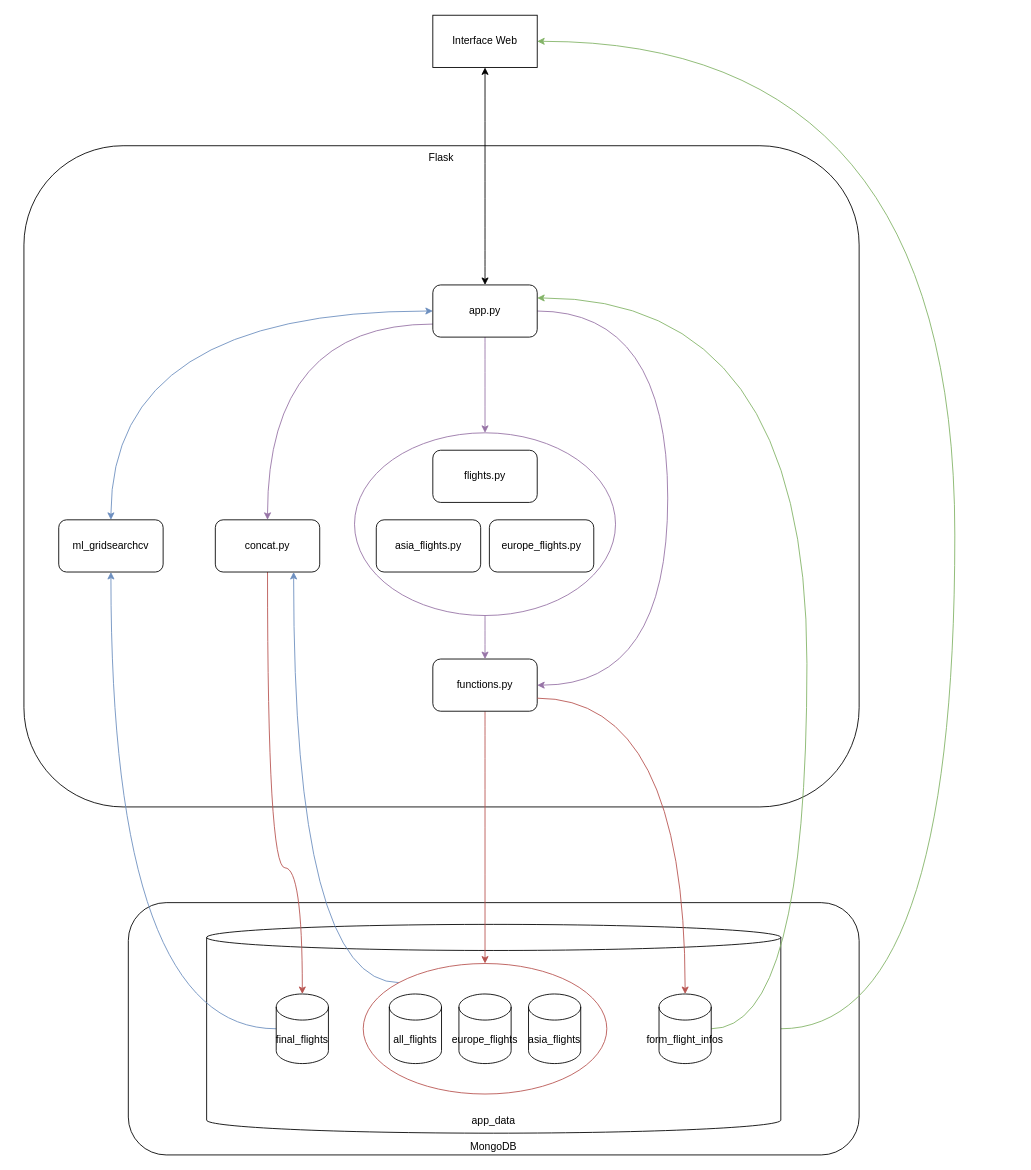
dstairlines24/DST_AIRLINES keeps this draw.io diagram as Diagramm/Architecture_Diagramm.drawio. Above is the earlier version. Source tidied: cells renumbered, new cells numbered last; positions are measured from the earlier drawing's top-left corner, leaving out a move shared by most shapes. Both pictures are drawn from the tidied source at 87%, with x=0, y=0 at pixel (23, 15).
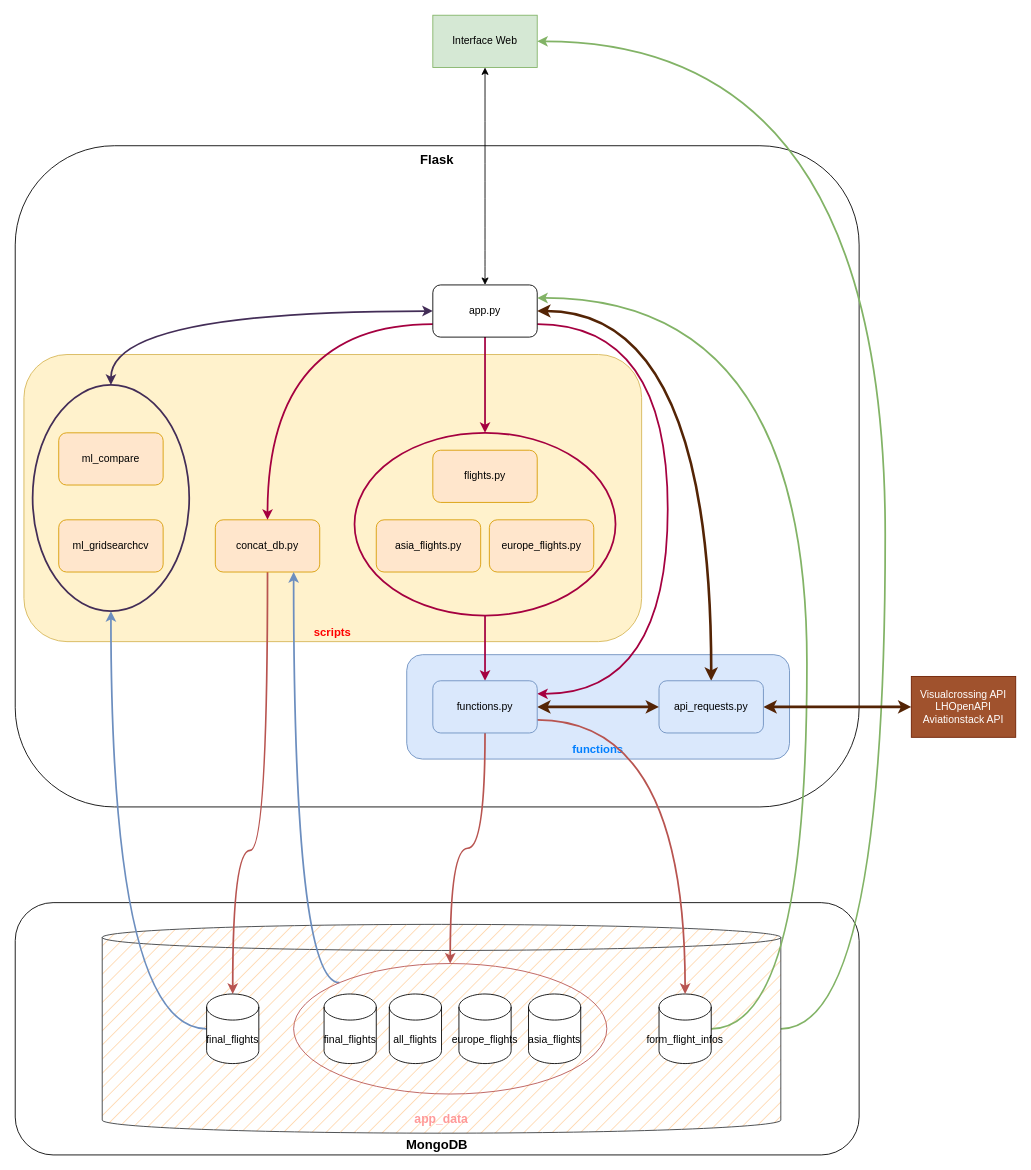
The same page after the edit.

Commit message:
modification diagram

Unchanged cells that the change refers to:
```xml
<mxCell id="13" value="app.py" style="rounded=1;whiteSpace=wrap;html=1;" parent="1" vertex="1">
  <mxGeometry x="470" y="310" width="120" height="60" as="geometry" />
</mxCell>
<mxCell id="19" value="form_flight_infos" style="shape=cylinder3;whiteSpace=wrap;html=1;boundedLbl=1;backgroundOutline=1;size=15;" parent="1" vertex="1">
  <mxGeometry x="730" y="1125" width="60" height="80" as="geometry" />
</mxCell>
```

The edit, as a diff of the source:
```diff
@@
-    <mxCell id="2" value="Flask" style="rounded=1;whiteSpace=wrap;html=1;verticalAlign=top;" parent="1" vertex="1">
-      <mxGeometry y="150" width="960" height="760" as="geometry" />
+    <mxCell id="2" value="&lt;font style=&quot;font-size: 15px;&quot;&gt;&lt;b&gt;Flask&lt;/b&gt;&lt;/font&gt;" style="rounded=1;whiteSpace=wrap;html=1;verticalAlign=top;" parent="1" vertex="1">
+      <mxGeometry x="-10" y="150" width="970" height="760" as="geometry" />
     </mxCell>
+    <mxCell id="34" value="&lt;b&gt;&lt;font style=&quot;font-size: 13px;&quot; color=&quot;#ff0000&quot;&gt;scripts&lt;/font&gt;&lt;/b&gt;" style="rounded=1;whiteSpace=wrap;html=1;fillColor=#fff2cc;strokeColor=#d6b656;verticalAlign=bottom;" parent="1" vertex="1">
+      <mxGeometry y="390" width="710" height="330" as="geometry" />
+    </mxCell>
+    <mxCell id="35" value="&lt;b&gt;&lt;font style=&quot;font-size: 13px;&quot; color=&quot;#007fff&quot;&gt;functions&lt;/font&gt;&lt;/b&gt;" style="rounded=1;whiteSpace=wrap;html=1;fillColor=#dae8fc;strokeColor=#6c8ebf;verticalAlign=bottom;" parent="1" vertex="1">
+      <mxGeometry x="440" y="735" width="440" height="120" as="geometry" />
+    </mxCell>
-    <mxCell id="3" value="MongoDB" style="rounded=1;whiteSpace=wrap;html=1;verticalAlign=bottom;" parent="1" vertex="1">
-      <mxGeometry x="120" y="1020" width="840" height="290" as="geometry" />
+    <mxCell id="3" value="&lt;b&gt;&lt;font style=&quot;font-size: 15px;&quot;&gt;MongoDB&lt;/font&gt;&lt;/b&gt;" style="rounded=1;whiteSpace=wrap;html=1;verticalAlign=bottom;" parent="1" vertex="1">
+      <mxGeometry x="-10" y="1020" width="970" height="290" as="geometry" />
     </mxCell>
-    <mxCell id="4" style="edgeStyle=orthogonalEdgeStyle;curved=1;rounded=0;jettySize=auto;html=1;exitX=1;exitY=0.5;exitDx=0;exitDy=0;exitPerimeter=0;entryX=1;entryY=0.5;entryDx=0;entryDy=0;strokeColor=#82b366;fillColor=#d5e8d4;" parent="1" edge="1" source="5" target="22">
+    <mxCell id="4" style="edgeStyle=orthogonalEdgeStyle;curved=1;rounded=0;jettySize=auto;html=1;exitX=1;exitY=0.5;exitDx=0;exitDy=0;exitPerimeter=0;entryX=1;entryY=0.5;entryDx=0;entryDy=0;strokeColor=#82b366;fillColor=#d5e8d4;strokeWidth=2;" parent="1" edge="1" source="5" target="22">
       <mxGeometry relative="1" as="geometry">
         <Array as="points">
-          <mxPoint x="1070" y="1165" />
-          <mxPoint x="1070" y="30" />
+          <mxPoint x="990" y="1165" />
+          <mxPoint x="990" y="30" />
         </Array>
       </mxGeometry>
     </mxCell>
-    <mxCell id="5" value="app_data" style="shape=cylinder3;whiteSpace=wrap;html=1;boundedLbl=1;backgroundOutline=1;size=15;verticalAlign=bottom;" parent="1" vertex="1">
-      <mxGeometry x="210" y="1045" width="660" height="240" as="geometry" />
+    <mxCell id="5" value="&lt;b&gt;&lt;font color=&quot;#ff9999&quot; style=&quot;font-size: 14px;&quot;&gt;app_data&lt;/font&gt;&lt;/b&gt;" style="shape=cylinder3;whiteSpace=wrap;html=1;boundedLbl=1;backgroundOutline=1;size=15;verticalAlign=bottom;fillColor=#ffcc99;strokeColor=#36393d;fillStyle=hatch;" parent="1" vertex="1">
+      <mxGeometry x="90" y="1045" width="780" height="240" as="geometry" />
     </mxCell>
@@
-    <mxCell id="7" value="ml_gridsearchcv" style="rounded=1;whiteSpace=wrap;html=1;" parent="1" vertex="1">
+    <mxCell id="7" value="ml_gridsearchcv" style="rounded=1;whiteSpace=wrap;html=1;fillColor=#ffe6cc;strokeColor=#d79b00;" parent="1" vertex="1">
       <mxGeometry x="40" y="580" width="120" height="60" as="geometry" />
     </mxCell>
-    <mxCell id="8" style="edgeStyle=orthogonalEdgeStyle;curved=1;rounded=0;jettySize=auto;html=1;exitX=0.5;exitY=1;exitDx=0;exitDy=0;entryX=0.5;entryY=0;entryDx=0;entryDy=0;entryPerimeter=0;fillColor=#f8cecc;strokeColor=#b85450;" parent="1" edge="1" source="9" target="21">
+    <mxCell id="8" style="edgeStyle=orthogonalEdgeStyle;curved=1;rounded=0;jettySize=auto;html=1;exitX=0.5;exitY=1;exitDx=0;exitDy=0;entryX=0.5;entryY=0;entryDx=0;entryDy=0;entryPerimeter=0;fillColor=#f8cecc;strokeColor=#b85450;strokeWidth=2;" parent="1" edge="1" source="9" target="21">
       <mxGeometry relative="1" as="geometry">
         <Array as="points">
-          <mxPoint x="280" y="980" />
-          <mxPoint x="320" y="980" />
+          <mxPoint x="280" y="960" />
+          <mxPoint x="240" y="960" />
         </Array>
       </mxGeometry>
     </mxCell>
-    <mxCell id="9" value="concat.py" style="rounded=1;whiteSpace=wrap;html=1;" parent="1" vertex="1">
+    <mxCell id="9" value="concat_db.py" style="rounded=1;whiteSpace=wrap;html=1;fillColor=#ffe6cc;strokeColor=#d79b00;" parent="1" vertex="1">
       <mxGeometry x="220" y="580" width="120" height="60" as="geometry" />
     </mxCell>
+    <mxCell id="36" style="ellipse;whiteSpace=wrap;html=1;fillColor=none;strokeColor=#432D57;strokeWidth=2;fontColor=#ffffff;" parent="1" vertex="1">
+      <mxGeometry x="10" y="425" width="180" height="260" as="geometry" />
+    </mxCell>
-    <mxCell id="10" style="edgeStyle=orthogonalEdgeStyle;curved=1;rounded=0;jettySize=auto;html=1;exitX=0.5;exitY=1;exitDx=0;exitDy=0;entryX=0.5;entryY=0;entryDx=0;entryDy=0;fillColor=#e1d5e7;strokeColor=#9673a6;" parent="1" edge="1" source="13" target="17">
+    <mxCell id="10" style="edgeStyle=orthogonalEdgeStyle;curved=1;rounded=0;jettySize=auto;html=1;exitX=0.5;exitY=1;exitDx=0;exitDy=0;entryX=0.5;entryY=0;entryDx=0;entryDy=0;fillColor=#d80073;strokeColor=#A50040;strokeWidth=2;" parent="1" edge="1" source="13" target="17">
       <mxGeometry relative="1" as="geometry" />
     </mxCell>
-    <mxCell id="11" style="edgeStyle=orthogonalEdgeStyle;curved=1;rounded=0;jettySize=auto;html=1;exitX=1;exitY=0.5;exitDx=0;exitDy=0;entryX=1;entryY=0.5;entryDx=0;entryDy=0;fillColor=#e1d5e7;strokeColor=#9673a6;" parent="1" edge="1" source="13" target="15">
+    <mxCell id="11" style="edgeStyle=orthogonalEdgeStyle;curved=1;rounded=0;jettySize=auto;html=1;exitX=1;exitY=0.75;exitDx=0;exitDy=0;entryX=1;entryY=0.25;entryDx=0;entryDy=0;fillColor=#d80073;strokeColor=#A50040;strokeWidth=2;" parent="1" edge="1" source="13" target="15">
       <mxGeometry relative="1" as="geometry">
         <Array as="points">
-          <mxPoint x="740" y="340" />
-          <mxPoint x="740" y="770" />
+          <mxPoint x="740" y="355" />
+          <mxPoint x="740" y="780" />
         </Array>
       </mxGeometry>
     </mxCell>
-    <mxCell id="12" style="edgeStyle=orthogonalEdgeStyle;curved=1;rounded=0;jettySize=auto;html=1;exitX=0;exitY=0.75;exitDx=0;exitDy=0;fillColor=#e1d5e7;strokeColor=#9673a6;" parent="1" edge="1" source="13" target="9">
+    <mxCell id="12" style="edgeStyle=orthogonalEdgeStyle;curved=1;rounded=0;jettySize=auto;html=1;exitX=0;exitY=0.75;exitDx=0;exitDy=0;fillColor=#d80073;strokeColor=#A50040;strokeWidth=2;" parent="1" edge="1" source="13" target="9">
       <mxGeometry relative="1" as="geometry" />
     </mxCell>
@@
-    <mxCell id="14" style="edgeStyle=orthogonalEdgeStyle;curved=1;rounded=0;jettySize=auto;html=1;exitX=0.5;exitY=1;exitDx=0;exitDy=0;entryX=0.5;entryY=0;entryDx=0;entryDy=0;fillColor=#f8cecc;strokeColor=#b85450;" parent="1" edge="1" source="15" target="24">
+    <mxCell id="14" style="edgeStyle=orthogonalEdgeStyle;curved=1;rounded=0;jettySize=auto;html=1;exitX=0.5;exitY=1;exitDx=0;exitDy=0;entryX=0.5;entryY=0;entryDx=0;entryDy=0;fillColor=#f8cecc;strokeColor=#b85450;strokeWidth=2;" parent="1" edge="1" source="15" target="24">
       <mxGeometry relative="1" as="geometry" />
     </mxCell>
-    <mxCell id="15" value="functions.py" style="rounded=1;whiteSpace=wrap;html=1;" parent="1" vertex="1">
-      <mxGeometry x="470" y="740" width="120" height="60" as="geometry" />
-    </mxCell>
-    <mxCell id="16" style="edgeStyle=orthogonalEdgeStyle;curved=1;rounded=0;jettySize=auto;html=1;exitX=0.5;exitY=1;exitDx=0;exitDy=0;fillColor=#e1d5e7;strokeColor=#9673a6;" parent="1" edge="1" source="17" target="15">
+    <mxCell id="16" style="edgeStyle=orthogonalEdgeStyle;curved=1;rounded=0;jettySize=auto;html=1;exitX=0.5;exitY=1;exitDx=0;exitDy=0;fillColor=#d80073;strokeColor=#A50040;strokeWidth=2;" parent="1" edge="1" source="17" target="15">
       <mxGeometry relative="1" as="geometry" />
     </mxCell>
-    <mxCell id="17" style="ellipse;whiteSpace=wrap;html=1;fillColor=none;strokeColor=#9673a6;" parent="1" vertex="1">
+    <mxCell id="17" style="ellipse;whiteSpace=wrap;html=1;fillColor=none;strokeColor=#A50040;strokeWidth=2;fontColor=#ffffff;" parent="1" vertex="1">
       <mxGeometry x="380" y="480" width="300" height="210" as="geometry" />
     </mxCell>
-    <mxCell id="18" style="edgeStyle=orthogonalEdgeStyle;curved=1;rounded=0;jettySize=auto;html=1;exitX=1;exitY=0.5;exitDx=0;exitDy=0;exitPerimeter=0;entryX=1;entryY=0.25;entryDx=0;entryDy=0;fillColor=#d5e8d4;strokeColor=#82b366;" parent="1" edge="1" source="19" target="13">
+    <mxCell id="18" style="edgeStyle=orthogonalEdgeStyle;curved=1;rounded=0;jettySize=auto;html=1;exitX=1;exitY=0.5;exitDx=0;exitDy=0;exitPerimeter=0;entryX=1;entryY=0.25;entryDx=0;entryDy=0;fillColor=#d5e8d4;strokeColor=#82b366;strokeWidth=2;" parent="1" edge="1" source="19" target="13">
       <mxGeometry relative="1" as="geometry">
         <Array as="points">
           <mxPoint x="900" y="1165" />
           <mxPoint x="900" y="325" />
         </Array>
       </mxGeometry>
     </mxCell>
@@
-    <mxCell id="20" style="edgeStyle=orthogonalEdgeStyle;curved=1;rounded=0;jettySize=auto;html=1;exitX=0;exitY=0.5;exitDx=0;exitDy=0;exitPerimeter=0;entryX=0.5;entryY=1;entryDx=0;entryDy=0;fillColor=#dae8fc;strokeColor=#6c8ebf;" parent="1" edge="1" source="21" target="7">
+    <mxCell id="20" style="edgeStyle=orthogonalEdgeStyle;curved=1;rounded=0;jettySize=auto;html=1;exitX=0;exitY=0.5;exitDx=0;exitDy=0;exitPerimeter=0;entryX=0.5;entryY=1;entryDx=0;entryDy=0;fillColor=#dae8fc;strokeColor=#6c8ebf;strokeWidth=2;" parent="1" edge="1" source="21" target="36">
       <mxGeometry relative="1" as="geometry" />
     </mxCell>
     <mxCell id="21" value="final_flights" style="shape=cylinder3;whiteSpace=wrap;html=1;boundedLbl=1;backgroundOutline=1;size=15;" parent="1" vertex="1">
-      <mxGeometry x="290" y="1125" width="60" height="80" as="geometry" />
+      <mxGeometry x="210" y="1125" width="60" height="80" as="geometry" />
     </mxCell>
-    <mxCell id="22" value="Interface Web" style="rounded=0;whiteSpace=wrap;html=1;" parent="1" vertex="1">
+    <mxCell id="22" value="Interface Web" style="rounded=0;whiteSpace=wrap;html=1;fillColor=#d5e8d4;strokeColor=#82b366;" parent="1" vertex="1">
       <mxGeometry x="470" width="120" height="60" as="geometry" />
     </mxCell>
-    <mxCell id="23" style="edgeStyle=orthogonalEdgeStyle;curved=1;rounded=0;jettySize=auto;html=1;exitX=0;exitY=0;exitDx=0;exitDy=0;entryX=0.75;entryY=1;entryDx=0;entryDy=0;fillColor=#dae8fc;strokeColor=#6c8ebf;" parent="1" edge="1" source="24" target="9">
+    <mxCell id="23" style="edgeStyle=orthogonalEdgeStyle;curved=1;rounded=0;jettySize=auto;html=1;exitX=0;exitY=0;exitDx=0;exitDy=0;entryX=0.75;entryY=1;entryDx=0;entryDy=0;fillColor=#dae8fc;strokeColor=#6c8ebf;strokeWidth=2;" parent="1" edge="1" source="24" target="9">
       <mxGeometry relative="1" as="geometry">
         <Array as="points">
           <mxPoint x="310" y="1112" />
         </Array>
       </mxGeometry>
     </mxCell>
     <mxCell id="24" style="ellipse;whiteSpace=wrap;html=1;fillColor=none;strokeColor=#b85450;" parent="1" vertex="1">
-      <mxGeometry x="390" y="1090" width="280" height="150" as="geometry" />
+      <mxGeometry x="310" y="1090" width="360" height="150" as="geometry" />
     </mxCell>
-    <mxCell id="25" value="flights.py" style="rounded=1;whiteSpace=wrap;html=1;" parent="1" vertex="1">
+    <mxCell id="25" value="flights.py" style="rounded=1;whiteSpace=wrap;html=1;fillColor=#ffe6cc;strokeColor=#d79b00;" parent="1" vertex="1">
       <mxGeometry x="470" y="500" width="120" height="60" as="geometry" />
     </mxCell>
-    <mxCell id="26" value="asia_flights.py" style="rounded=1;whiteSpace=wrap;html=1;" parent="1" vertex="1">
+    <mxCell id="26" value="asia_flights.py" style="rounded=1;whiteSpace=wrap;html=1;fillColor=#ffe6cc;strokeColor=#d79b00;" parent="1" vertex="1">
       <mxGeometry x="405" y="580" width="120" height="60" as="geometry" />
     </mxCell>
-    <mxCell id="27" value="europe_flights.py" style="rounded=1;whiteSpace=wrap;html=1;" parent="1" vertex="1">
+    <mxCell id="27" value="europe_flights.py" style="rounded=1;whiteSpace=wrap;html=1;fillColor=#ffe6cc;strokeColor=#d79b00;" parent="1" vertex="1">
       <mxGeometry x="535" y="580" width="120" height="60" as="geometry" />
     </mxCell>
@@
-    <mxCell id="31" style="edgeStyle=orthogonalEdgeStyle;curved=1;rounded=0;jettySize=auto;html=1;exitX=1;exitY=0.75;exitDx=0;exitDy=0;entryX=0.5;entryY=0;entryDx=0;entryDy=0;entryPerimeter=0;fillColor=#f8cecc;strokeColor=#b85450;" parent="1" edge="1" source="15" target="19">
+    <mxCell id="31" style="edgeStyle=orthogonalEdgeStyle;curved=1;rounded=0;jettySize=auto;html=1;exitX=1;exitY=0.75;exitDx=0;exitDy=0;entryX=0.5;entryY=0;entryDx=0;entryDy=0;entryPerimeter=0;fillColor=#f8cecc;strokeColor=#b85450;strokeWidth=2;" parent="1" edge="1" source="15" target="19">
       <mxGeometry relative="1" as="geometry" />
     </mxCell>
-    <mxCell id="32" style="endArrow=classic;startArrow=classic;html=1;rounded=0;curved=1;edgeStyle=orthogonalEdgeStyle;exitX=0.5;exitY=0;exitDx=0;exitDy=0;entryX=0;entryY=0.5;entryDx=0;entryDy=0;fillColor=#dae8fc;strokeColor=#6c8ebf;" parent="1" edge="1" source="7" target="13">
+    <mxCell id="32" style="endArrow=classic;startArrow=classic;html=1;rounded=0;curved=1;edgeStyle=orthogonalEdgeStyle;exitX=0.5;exitY=0;exitDx=0;exitDy=0;entryX=0;entryY=0.5;entryDx=0;entryDy=0;fillColor=#76608a;strokeColor=#432D57;strokeWidth=2;" parent="1" edge="1" source="36" target="13">
       <mxGeometry relative="1" as="geometry" />
     </mxCell>
@@
+    <mxCell id="37" value="ml_compare" style="rounded=1;whiteSpace=wrap;html=1;fillColor=#ffe6cc;strokeColor=#d79b00;" parent="1" vertex="1">
+      <mxGeometry x="40" y="480" width="120" height="60" as="geometry" />
+    </mxCell>
+    <mxCell id="38" value="final_flights" style="shape=cylinder3;whiteSpace=wrap;html=1;boundedLbl=1;backgroundOutline=1;size=15;" parent="1" vertex="1">
+      <mxGeometry x="345" y="1125" width="60" height="80" as="geometry" />
+    </mxCell>
+    <mxCell id="39" style="endArrow=classic;startArrow=classic;html=1;rounded=0;curved=1;exitX=1;exitY=0.5;exitDx=0;exitDy=0;entryX=0;entryY=0.5;entryDx=0;entryDy=0;strokeColor=#542405;strokeWidth=3;" parent="1" edge="1" source="15" target="43">
+      <mxGeometry relative="1" as="geometry" />
+    </mxCell>
+    <mxCell id="40" style="endArrow=classic;startArrow=classic;html=1;rounded=0;curved=1;exitX=1;exitY=0.5;exitDx=0;exitDy=0;entryX=0.5;entryY=0;entryDx=0;entryDy=0;strokeColor=#542405;edgeStyle=orthogonalEdgeStyle;strokeWidth=3;" parent="1" edge="1" source="13" target="43">
+      <mxGeometry relative="1" as="geometry" />
+    </mxCell>
+    <mxCell id="41" value="Visualcrossing API&lt;br&gt;LHOpenAPI&lt;br&gt;Aviationstack API" style="rounded=0;whiteSpace=wrap;html=1;fillColor=#a0522d;fontColor=#ffffff;strokeColor=#6D1F00;" parent="1" vertex="1">
+      <mxGeometry x="1020" y="760" width="120" height="70" as="geometry" />
+    </mxCell>
+    <mxCell id="42" style="endArrow=classic;startArrow=classic;html=1;rounded=0;curved=1;exitX=1;exitY=0.5;exitDx=0;exitDy=0;entryX=0;entryY=0.5;entryDx=0;entryDy=0;strokeColor=#542405;strokeWidth=3;" parent="1" edge="1" source="43" target="41">
+      <mxGeometry relative="1" as="geometry" />
+    </mxCell>
+    <mxCell id="15" value="functions.py" style="rounded=1;whiteSpace=wrap;html=1;fillColor=#dae8fc;strokeColor=#6c8ebf;" parent="1" vertex="1">
+      <mxGeometry x="470" y="765" width="120" height="60" as="geometry" />
+    </mxCell>
+    <mxCell id="43" value="api_requests.py" style="rounded=1;whiteSpace=wrap;html=1;fillColor=#dae8fc;strokeColor=#6c8ebf;" parent="1" vertex="1">
+      <mxGeometry x="730" y="765" width="120" height="60" as="geometry" />
+    </mxCell>
```
